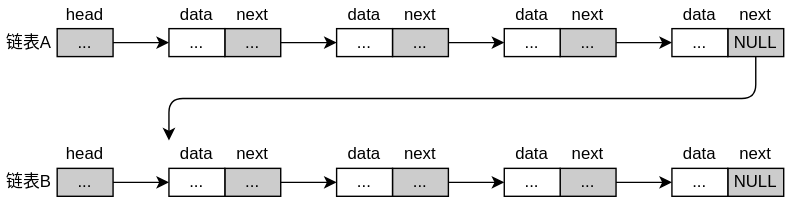
Before: images/c-struct-list-11.svg, a diagram exported from draw.io (cs-course/data-center-course). Source tidied: cells renumbered, new cells last; positions are measured from the earlier drawing's top-left corner, leaving out a move shared by most shapes. The source it was exported from:
```xml
<mxGraphModel>
  <root>
    <mxCell id="0" />
    <mxCell id="1" parent="0" />
    <mxCell id="2" value="..." style="rounded=0;whiteSpace=wrap;html=1;fillColor=#CCCCCC;" parent="1" vertex="1">
      <mxGeometry x="160" y="20" width="40" height="20" as="geometry" />
    </mxCell>
    <mxCell id="3" value="..." style="rounded=0;whiteSpace=wrap;html=1;" parent="1" vertex="1">
      <mxGeometry x="120" y="20" width="40" height="20" as="geometry" />
    </mxCell>
    <mxCell id="4" value="data" style="text;html=1;strokeColor=none;fillColor=none;align=center;verticalAlign=middle;whiteSpace=wrap;rounded=0;" parent="1" vertex="1">
      <mxGeometry x="120" width="40" height="20" as="geometry" />
    </mxCell>
    <mxCell id="5" value="next" style="text;html=1;strokeColor=none;fillColor=none;align=center;verticalAlign=middle;whiteSpace=wrap;rounded=0;" parent="1" vertex="1">
      <mxGeometry x="160" width="40" height="20" as="geometry" />
    </mxCell>
    <mxCell id="6" value="..." style="rounded=0;whiteSpace=wrap;html=1;fillColor=#CCCCCC;" parent="1" vertex="1">
      <mxGeometry x="280" y="20" width="40" height="20" as="geometry" />
    </mxCell>
    <mxCell id="7" value="..." style="rounded=0;whiteSpace=wrap;html=1;" parent="1" vertex="1">
      <mxGeometry x="240" y="20" width="40" height="20" as="geometry" />
    </mxCell>
    <mxCell id="8" value="data" style="text;html=1;strokeColor=none;fillColor=none;align=center;verticalAlign=middle;whiteSpace=wrap;rounded=0;" parent="1" vertex="1">
      <mxGeometry x="240" width="40" height="20" as="geometry" />
    </mxCell>
    <mxCell id="9" value="next" style="text;html=1;strokeColor=none;fillColor=none;align=center;verticalAlign=middle;whiteSpace=wrap;rounded=0;" parent="1" vertex="1">
      <mxGeometry x="280" width="40" height="20" as="geometry" />
    </mxCell>
    <mxCell id="10" style="endArrow=classic;html=1;" parent="1" edge="1" source="2" target="7">
      <mxGeometry relative="1" as="geometry" />
    </mxCell>
    <mxCell id="11" value="head" style="text;html=1;strokeColor=none;fillColor=none;align=center;verticalAlign=middle;whiteSpace=wrap;rounded=0;" parent="1" vertex="1">
      <mxGeometry x="40" width="40" height="20" as="geometry" />
    </mxCell>
    <mxCell id="12" style="endArrow=classic;html=1;" parent="1" edge="1" source="13" target="3">
      <mxGeometry relative="1" as="geometry" />
    </mxCell>
    <mxCell id="13" value="..." style="rounded=0;whiteSpace=wrap;html=1;fillColor=#CCCCCC;" parent="1" vertex="1">
      <mxGeometry x="40" y="20" width="40" height="20" as="geometry" />
    </mxCell>
    <mxCell id="14" value="..." style="rounded=0;whiteSpace=wrap;html=1;fillColor=#CCCCCC;" parent="1" vertex="1">
      <mxGeometry x="400" y="20" width="40" height="20" as="geometry" />
    </mxCell>
    <mxCell id="15" value="..." style="rounded=0;whiteSpace=wrap;html=1;" parent="1" vertex="1">
      <mxGeometry x="360" y="20" width="40" height="20" as="geometry" />
    </mxCell>
    <mxCell id="16" value="data" style="text;html=1;strokeColor=none;fillColor=none;align=center;verticalAlign=middle;whiteSpace=wrap;rounded=0;" parent="1" vertex="1">
      <mxGeometry x="360" width="40" height="20" as="geometry" />
    </mxCell>
    <mxCell id="17" value="next" style="text;html=1;strokeColor=none;fillColor=none;align=center;verticalAlign=middle;whiteSpace=wrap;rounded=0;" parent="1" vertex="1">
      <mxGeometry x="400" width="40" height="20" as="geometry" />
    </mxCell>
    <mxCell id="18" value="NULL" style="rounded=0;whiteSpace=wrap;html=1;fillColor=#CCCCCC;" parent="1" vertex="1">
      <mxGeometry x="520" y="20" width="40" height="20" as="geometry" />
    </mxCell>
    <mxCell id="19" value="..." style="rounded=0;whiteSpace=wrap;html=1;" parent="1" vertex="1">
      <mxGeometry x="480" y="20" width="40" height="20" as="geometry" />
    </mxCell>
    <mxCell id="20" value="data" style="text;html=1;strokeColor=none;fillColor=none;align=center;verticalAlign=middle;whiteSpace=wrap;rounded=0;" parent="1" vertex="1">
      <mxGeometry x="480" width="40" height="20" as="geometry" />
    </mxCell>
    <mxCell id="21" value="next" style="text;html=1;strokeColor=none;fillColor=none;align=center;verticalAlign=middle;whiteSpace=wrap;rounded=0;" parent="1" vertex="1">
      <mxGeometry x="520" width="40" height="20" as="geometry" />
    </mxCell>
    <mxCell id="22" style="endArrow=classic;html=1;" parent="1" edge="1" source="14" target="19">
      <mxGeometry relative="1" as="geometry" />
    </mxCell>
    <mxCell id="23" style="endArrow=classic;html=1;" parent="1" edge="1" source="6" target="15">
      <mxGeometry relative="1" as="geometry" />
    </mxCell>
    <mxCell id="24" value="..." style="rounded=0;whiteSpace=wrap;html=1;fillColor=#CCCCCC;" parent="1" vertex="1">
      <mxGeometry x="160" y="120" width="40" height="20" as="geometry" />
    </mxCell>
    <mxCell id="25" value="..." style="rounded=0;whiteSpace=wrap;html=1;" parent="1" vertex="1">
      <mxGeometry x="120" y="120" width="40" height="20" as="geometry" />
    </mxCell>
    <mxCell id="26" value="data" style="text;html=1;strokeColor=none;fillColor=none;align=center;verticalAlign=middle;whiteSpace=wrap;rounded=0;" parent="1" vertex="1">
      <mxGeometry x="120" y="100" width="40" height="20" as="geometry" />
    </mxCell>
    <mxCell id="27" value="next" style="text;html=1;strokeColor=none;fillColor=none;align=center;verticalAlign=middle;whiteSpace=wrap;rounded=0;" parent="1" vertex="1">
      <mxGeometry x="160" y="100" width="40" height="20" as="geometry" />
    </mxCell>
    <mxCell id="28" value="..." style="rounded=0;whiteSpace=wrap;html=1;fillColor=#CCCCCC;" parent="1" vertex="1">
      <mxGeometry x="280" y="120" width="40" height="20" as="geometry" />
    </mxCell>
    <mxCell id="29" value="..." style="rounded=0;whiteSpace=wrap;html=1;" parent="1" vertex="1">
      <mxGeometry x="240" y="120" width="40" height="20" as="geometry" />
    </mxCell>
    <mxCell id="30" value="data" style="text;html=1;strokeColor=none;fillColor=none;align=center;verticalAlign=middle;whiteSpace=wrap;rounded=0;" parent="1" vertex="1">
      <mxGeometry x="240" y="100" width="40" height="20" as="geometry" />
    </mxCell>
    <mxCell id="31" value="next" style="text;html=1;strokeColor=none;fillColor=none;align=center;verticalAlign=middle;whiteSpace=wrap;rounded=0;" parent="1" vertex="1">
      <mxGeometry x="280" y="100" width="40" height="20" as="geometry" />
    </mxCell>
    <mxCell id="32" style="endArrow=classic;html=1;" parent="1" edge="1" source="24" target="29">
      <mxGeometry relative="1" as="geometry" />
    </mxCell>
    <mxCell id="33" value="head" style="text;html=1;strokeColor=none;fillColor=none;align=center;verticalAlign=middle;whiteSpace=wrap;rounded=0;" parent="1" vertex="1">
      <mxGeometry x="40" y="100" width="40" height="20" as="geometry" />
    </mxCell>
    <mxCell id="34" style="endArrow=classic;html=1;" parent="1" edge="1" source="35" target="25">
      <mxGeometry relative="1" as="geometry" />
    </mxCell>
    <mxCell id="35" value="..." style="rounded=0;whiteSpace=wrap;html=1;fillColor=#CCCCCC;" parent="1" vertex="1">
      <mxGeometry x="40" y="120" width="40" height="20" as="geometry" />
    </mxCell>
    <mxCell id="36" value="..." style="rounded=0;whiteSpace=wrap;html=1;fillColor=#CCCCCC;" parent="1" vertex="1">
      <mxGeometry x="400" y="120" width="40" height="20" as="geometry" />
    </mxCell>
    <mxCell id="37" value="..." style="rounded=0;whiteSpace=wrap;html=1;" parent="1" vertex="1">
      <mxGeometry x="360" y="120" width="40" height="20" as="geometry" />
    </mxCell>
    <mxCell id="38" value="data" style="text;html=1;strokeColor=none;fillColor=none;align=center;verticalAlign=middle;whiteSpace=wrap;rounded=0;" parent="1" vertex="1">
      <mxGeometry x="360" y="100" width="40" height="20" as="geometry" />
    </mxCell>
    <mxCell id="39" value="next" style="text;html=1;strokeColor=none;fillColor=none;align=center;verticalAlign=middle;whiteSpace=wrap;rounded=0;" parent="1" vertex="1">
      <mxGeometry x="400" y="100" width="40" height="20" as="geometry" />
    </mxCell>
    <mxCell id="40" value="NULL" style="rounded=0;whiteSpace=wrap;html=1;fillColor=#CCCCCC;" parent="1" vertex="1">
      <mxGeometry x="520" y="120" width="40" height="20" as="geometry" />
    </mxCell>
    <mxCell id="41" value="..." style="rounded=0;whiteSpace=wrap;html=1;" parent="1" vertex="1">
      <mxGeometry x="480" y="120" width="40" height="20" as="geometry" />
    </mxCell>
    <mxCell id="42" value="data" style="text;html=1;strokeColor=none;fillColor=none;align=center;verticalAlign=middle;whiteSpace=wrap;rounded=0;" parent="1" vertex="1">
      <mxGeometry x="480" y="100" width="40" height="20" as="geometry" />
    </mxCell>
    <mxCell id="43" value="next" style="text;html=1;strokeColor=none;fillColor=none;align=center;verticalAlign=middle;whiteSpace=wrap;rounded=0;" parent="1" vertex="1">
      <mxGeometry x="520" y="100" width="40" height="20" as="geometry" />
    </mxCell>
    <mxCell id="44" style="endArrow=classic;html=1;" parent="1" edge="1" source="36" target="41">
      <mxGeometry relative="1" as="geometry" />
    </mxCell>
    <mxCell id="45" style="endArrow=classic;html=1;" parent="1" edge="1" source="28" target="37">
      <mxGeometry relative="1" as="geometry" />
    </mxCell>
    <mxCell id="46" value="链表A" style="text;html=1;strokeColor=none;fillColor=none;align=center;verticalAlign=middle;whiteSpace=wrap;rounded=0;" parent="1" vertex="1">
      <mxGeometry y="20" width="40" height="20" as="geometry" />
    </mxCell>
    <mxCell id="47" value="链表B" style="text;html=1;strokeColor=none;fillColor=none;align=center;verticalAlign=middle;whiteSpace=wrap;rounded=0;" parent="1" vertex="1">
      <mxGeometry y="120" width="40" height="20" as="geometry" />
    </mxCell>
    <mxCell id="48" style="endArrow=classic;html=1;entryX=0;entryY=0;entryDx=0;entryDy=0;edgeStyle=orthogonalEdgeStyle;exitX=0.5;exitY=1;exitDx=0;exitDy=0;" parent="1" edge="1" source="18" target="26">
      <mxGeometry relative="1" as="geometry" />
    </mxCell>
  </root>
</mxGraphModel>
```
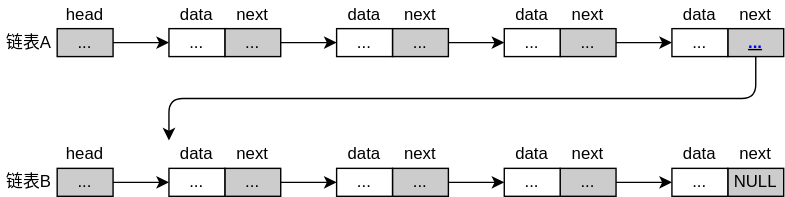
The same diagram one commit later.

Change to the diagram source:
```diff
@@ -50,7 +50,7 @@
     <mxCell id="17" value="next" style="text;html=1;strokeColor=none;fillColor=none;align=center;verticalAlign=middle;whiteSpace=wrap;rounded=0;" parent="1" vertex="1">
       <mxGeometry x="400" width="40" height="20" as="geometry" />
     </mxCell>
-    <mxCell id="18" value="NULL" style="rounded=0;whiteSpace=wrap;html=1;fillColor=#CCCCCC;" parent="1" vertex="1">
+    <mxCell id="18" value="&lt;b&gt;&lt;u&gt;&lt;font color=&quot;#0000ff&quot;&gt;...&lt;/font&gt;&lt;/u&gt;&lt;/b&gt;" style="rounded=0;whiteSpace=wrap;html=1;fillColor=#CCCCCC;" parent="1" vertex="1">
       <mxGeometry x="520" y="20" width="40" height="20" as="geometry" />
     </mxCell>
     <mxCell id="19" value="..." style="rounded=0;whiteSpace=wrap;html=1;" parent="1" vertex="1">
```
